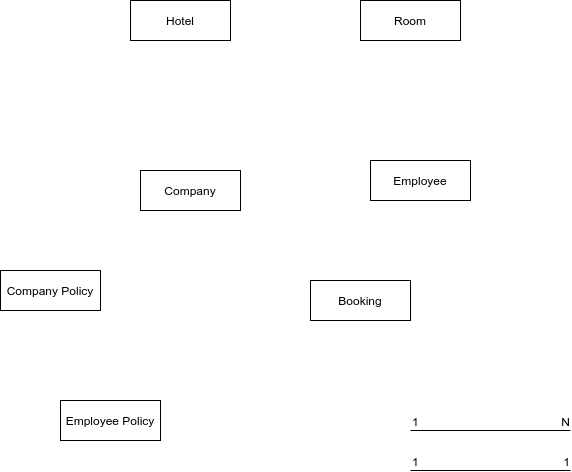
The draw.io diagram docs/Domain_Model_Diagram.png in luisrovirosa/corporate_kata, before a commit. Source tidied: cells renumbered, new cells last; positions are measured from the earlier drawing's top-left corner, leaving out a move shared by most shapes. Its diagram source:
```xml
<mxGraphModel>
  <root>
    <mxCell id="0" />
    <mxCell id="1" parent="0" />
    <mxCell id="2" value="Hotel" style="whiteSpace=wrap;html=1;align=center;" parent="1" vertex="1">
      <mxGeometry x="130" width="100" height="40" as="geometry" />
    </mxCell>
    <mxCell id="3" value="Room" style="whiteSpace=wrap;html=1;align=center;" parent="1" vertex="1">
      <mxGeometry x="360" width="100" height="40" as="geometry" />
    </mxCell>
    <mxCell id="4" value="Company" style="whiteSpace=wrap;html=1;align=center;" parent="1" vertex="1">
      <mxGeometry x="140" y="170" width="100" height="40" as="geometry" />
    </mxCell>
    <mxCell id="5" value="Employee" style="whiteSpace=wrap;html=1;align=center;" parent="1" vertex="1">
      <mxGeometry x="370" y="160" width="100" height="40" as="geometry" />
    </mxCell>
    <mxCell id="6" value="Booking" style="whiteSpace=wrap;html=1;align=center;" parent="1" vertex="1">
      <mxGeometry x="310" y="280" width="100" height="40" as="geometry" />
    </mxCell>
    <mxCell id="7" value="Employee Policy" style="whiteSpace=wrap;html=1;align=center;" parent="1" vertex="1">
      <mxGeometry x="60" y="400" width="100" height="40" as="geometry" />
    </mxCell>
    <mxCell id="8" value="Company Policy" style="whiteSpace=wrap;html=1;align=center;" parent="1" vertex="1">
      <mxGeometry y="270" width="100" height="40" as="geometry" />
    </mxCell>
    <mxCell id="9" style="endArrow=none;html=1;rounded=0;" parent="1" edge="1">
      <mxGeometry relative="1" as="geometry">
        <mxPoint x="410" y="430" as="sourcePoint" />
        <mxPoint x="570" y="430" as="targetPoint" />
      </mxGeometry>
    </mxCell>
    <mxCell id="10" value="1" style="html=1;align=left;verticalAlign=bottom;" parent="9" vertex="1">
      <mxGeometry x="-1" relative="1" as="geometry" />
    </mxCell>
    <mxCell id="11" value="N" style="html=1;align=right;verticalAlign=bottom;" parent="9" vertex="1">
      <mxGeometry x="1" relative="1" as="geometry" />
    </mxCell>
    <mxCell id="12" style="endArrow=none;html=1;rounded=0;" parent="1" edge="1">
      <mxGeometry relative="1" as="geometry">
        <mxPoint x="410" y="470" as="sourcePoint" />
        <mxPoint x="570" y="470" as="targetPoint" />
      </mxGeometry>
    </mxCell>
    <mxCell id="13" value="1" style="html=1;align=left;verticalAlign=bottom;" parent="12" vertex="1">
      <mxGeometry x="-1" relative="1" as="geometry" />
    </mxCell>
    <mxCell id="14" value="1" style="html=1;align=right;verticalAlign=bottom;" parent="12" vertex="1">
      <mxGeometry x="1" relative="1" as="geometry" />
    </mxCell>
  </root>
</mxGraphModel>
```
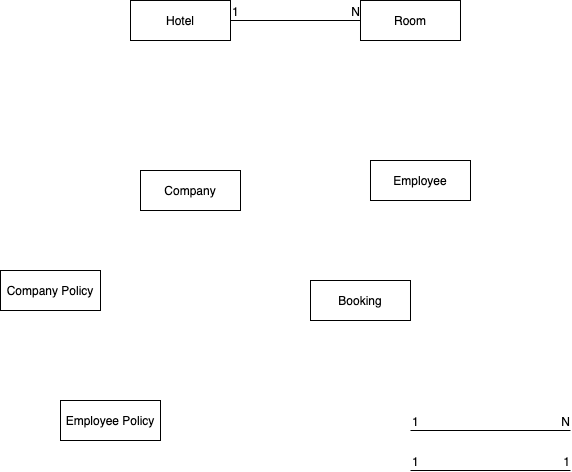
After the change.

Commit message:
[docs] One hotel has multiple rooms

The edit, as a diff of the source:
```diff
@@ -47,5 +47,14 @@
     <mxCell id="14" value="1" style="html=1;align=right;verticalAlign=bottom;" parent="12" vertex="1">
       <mxGeometry x="1" relative="1" as="geometry" />
     </mxCell>
+    <mxCell id="15" style="endArrow=none;html=1;rounded=0;exitX=1;exitY=0.5;exitDx=0;exitDy=0;entryX=0;entryY=0.5;entryDx=0;entryDy=0;" parent="1" edge="1" source="2" target="3">
+      <mxGeometry relative="1" as="geometry" />
+    </mxCell>
+    <mxCell id="16" value="1" style="html=1;align=left;verticalAlign=bottom;" parent="15" vertex="1">
+      <mxGeometry x="-1" relative="1" as="geometry" />
+    </mxCell>
+    <mxCell id="17" value="N" style="html=1;align=right;verticalAlign=bottom;" parent="15" vertex="1">
+      <mxGeometry x="1" relative="1" as="geometry" />
+    </mxCell>
   </root>
 </mxGraphModel>
```
